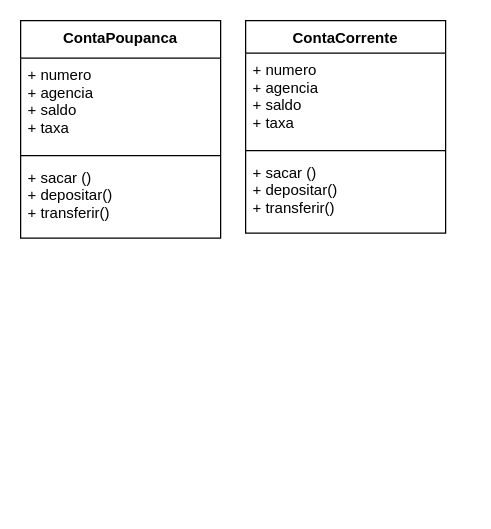
Above: 1 Semana/Practicando Orientación la Objetos 1.drawio in PaulaSena/BootcampSantanderMobile (draw.io), before the change. Source tidied: cells renumbered, new cells numbered last; positions are measured from the earlier drawing's top-left corner, leaving out a move shared by most shapes. Both pictures are drawn from the tidied source at 125%, with x=0, y=0 at pixel (20, 20).
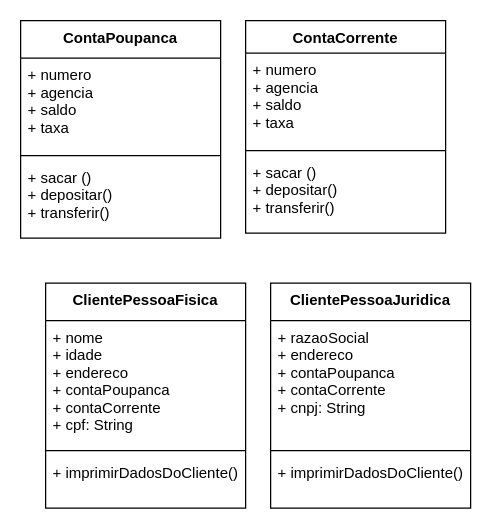
After the change.

The edit, as a diff of the source:
```diff
@@
 <mxGraphModel>
   <root>
     <mxCell id="0" />
     <mxCell id="1" parent="0" />
     <mxCell id="2" value="ContaPoupanca" style="swimlane;fontStyle=1;align=center;verticalAlign=top;horizontal=1;startSize=30;" parent="1" vertex="1">
       <mxGeometry width="160" height="174" as="geometry" />
     </mxCell>
     <mxCell id="3" value="+ numero&#10;+ agencia &#10;+ saldo&#10;+ taxa" style="text;strokeColor=none;fillColor=none;align=left;verticalAlign=top;spacingLeft=4;spacingRight=4;overflow=hidden;" parent="2" vertex="1">
       <mxGeometry y="30" width="160" height="74" as="geometry" />
     </mxCell>
     <mxCell id="4" style="line;strokeWidth=1;fillColor=none;align=left;verticalAlign=middle;spacingTop=-1;spacingLeft=3;spacingRight=3;labelPosition=right;" parent="2" vertex="1">
       <mxGeometry y="104" width="160" height="8" as="geometry" />
     </mxCell>
     <mxCell id="5" value="+ sacar ()&#10;+ depositar()&#10;+ transferir()" style="text;strokeColor=none;fillColor=none;align=left;verticalAlign=top;spacingLeft=4;spacingRight=4;overflow=hidden;" parent="2" vertex="1">
       <mxGeometry y="112" width="160" height="62" as="geometry" />
     </mxCell>
     <mxCell id="6" value="ContaCorrente" style="swimlane;fontStyle=1;align=center;verticalAlign=top;horizontal=1;startSize=26;" parent="1" vertex="1">
       <mxGeometry x="180" width="160" height="170" as="geometry" />
     </mxCell>
     <mxCell id="7" value="+ numero&#10;+ agencia &#10;+ saldo&#10;+ taxa" style="text;strokeColor=none;fillColor=none;align=left;verticalAlign=top;spacingLeft=4;spacingRight=4;overflow=hidden;" parent="6" vertex="1">
       <mxGeometry y="26" width="160" height="74" as="geometry" />
     </mxCell>
     <mxCell id="8" style="line;strokeWidth=1;fillColor=none;align=left;verticalAlign=middle;spacingTop=-1;spacingLeft=3;spacingRight=3;labelPosition=right;" parent="6" vertex="1">
       <mxGeometry y="100" width="160" height="8" as="geometry" />
     </mxCell>
     <mxCell id="9" value="+ sacar ()&#10;+ depositar()&#10;+ transferir()" style="text;strokeColor=none;fillColor=none;align=left;verticalAlign=top;spacingLeft=4;spacingRight=4;overflow=hidden;" parent="6" vertex="1">
       <mxGeometry y="108" width="160" height="62" as="geometry" />
     </mxCell>
+    <mxCell id="10" value="ClientePessoaFisica" style="swimlane;fontStyle=1;align=center;verticalAlign=top;horizontal=1;startSize=30;" parent="1" vertex="1">
+      <mxGeometry x="20" y="210" width="160" height="180" as="geometry" />
+    </mxCell>
+    <mxCell id="11" value="+ nome&#10;+ idade&#10;+ endereco&#10;+ contaPoupanca&#10;+ contaCorrente &#10;+ cpf: String" style="text;strokeColor=none;fillColor=none;align=left;verticalAlign=top;spacingLeft=4;spacingRight=4;overflow=hidden;" parent="10" vertex="1">
+      <mxGeometry y="30" width="160" height="100" as="geometry" />
+    </mxCell>
+    <mxCell id="12" style="line;strokeWidth=1;fillColor=none;align=left;verticalAlign=middle;spacingTop=-1;spacingLeft=3;spacingRight=3;labelPosition=right;" parent="10" vertex="1">
+      <mxGeometry y="130" width="160" height="8" as="geometry" />
+    </mxCell>
+    <mxCell id="13" value="+ imprimirDadosDoCliente()" style="text;strokeColor=none;fillColor=none;align=left;verticalAlign=top;spacingLeft=4;spacingRight=4;overflow=hidden;" parent="10" vertex="1">
+      <mxGeometry y="138" width="160" height="42" as="geometry" />
+    </mxCell>
+    <mxCell id="14" value="ClientePessoaJuridica" style="swimlane;fontStyle=1;align=center;verticalAlign=top;horizontal=1;startSize=30;" parent="1" vertex="1">
+      <mxGeometry x="200" y="210" width="160" height="180" as="geometry" />
+    </mxCell>
+    <mxCell id="15" value="+ razaoSocial&#10;+ endereco&#10;+ contaPoupanca&#10;+ contaCorrente&#10;+ cnpj: String" style="text;strokeColor=none;fillColor=none;align=left;verticalAlign=top;spacingLeft=4;spacingRight=4;overflow=hidden;" parent="14" vertex="1">
+      <mxGeometry y="30" width="160" height="100" as="geometry" />
+    </mxCell>
+    <mxCell id="16" style="line;strokeWidth=1;fillColor=none;align=left;verticalAlign=middle;spacingTop=-1;spacingLeft=3;spacingRight=3;labelPosition=right;" parent="14" vertex="1">
+      <mxGeometry y="130" width="160" height="8" as="geometry" />
+    </mxCell>
+    <mxCell id="17" value="+ imprimirDadosDoCliente()" style="text;strokeColor=none;fillColor=none;align=left;verticalAlign=top;spacingLeft=4;spacingRight=4;overflow=hidden;" parent="14" vertex="1">
+      <mxGeometry y="138" width="160" height="42" as="geometry" />
+    </mxCell>
   </root>
 </mxGraphModel>
```
